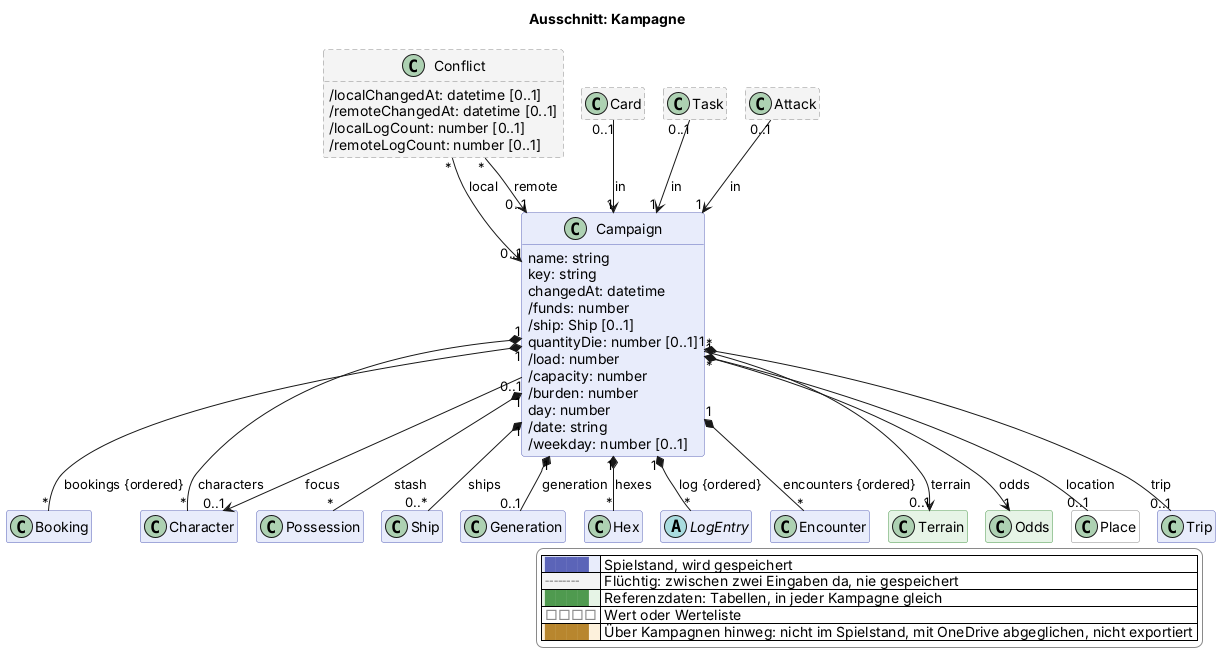
This is docs/views/kampagne.png from scuzzar/SRE, a PlantUML export, as it was before one commit.
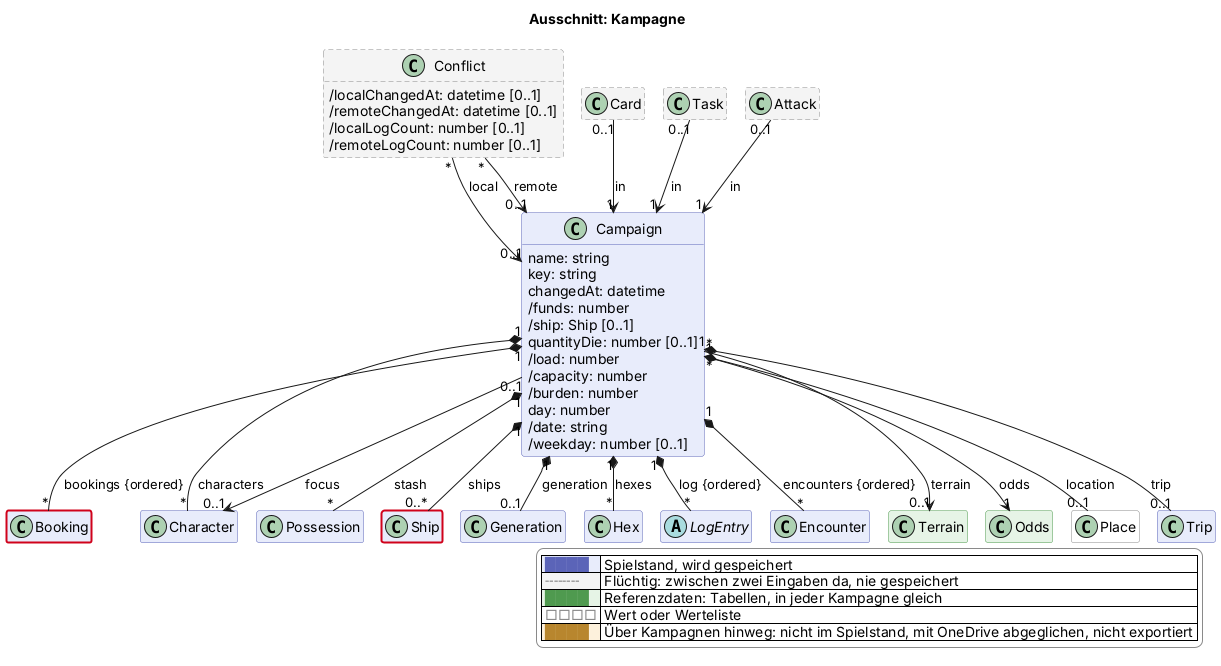
After the commit.

The edit, as a diff of the source:
```diff
@@ -151,4 +151,6 @@
   |<#ffffff> <color:#8a8a8a>□□□□</color> | Wert oder Werteliste |
   |<#fdf1dc> <color:#b8862e>████</color> | Über Kampagnen hinweg: nicht im Spielstand, mit OneDrive abgeglichen, nicht exportiert |
 endlegend
+class Booking #line:d0021b;line.bold
+class Ship #line:d0021b;line.bold
 @enduml
```
